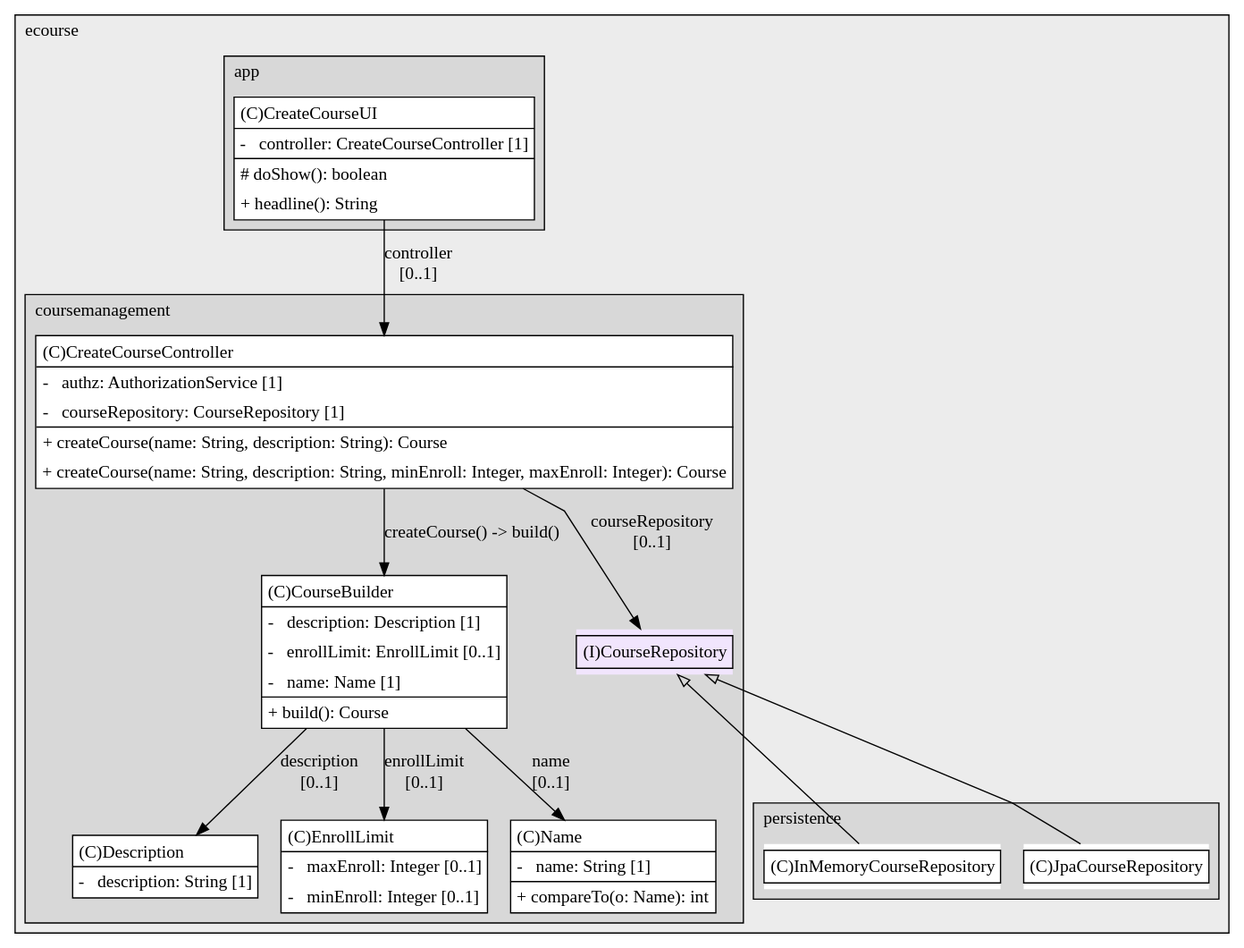
pedrocmesquita/eCourse keeps this PlantUML diagram as docs/us_1002/CreateCourseUI_CD.svg. Above is the earlier version. Its source is kept beside it as docs/us_1002/CreateCourseUI_CD.puml.
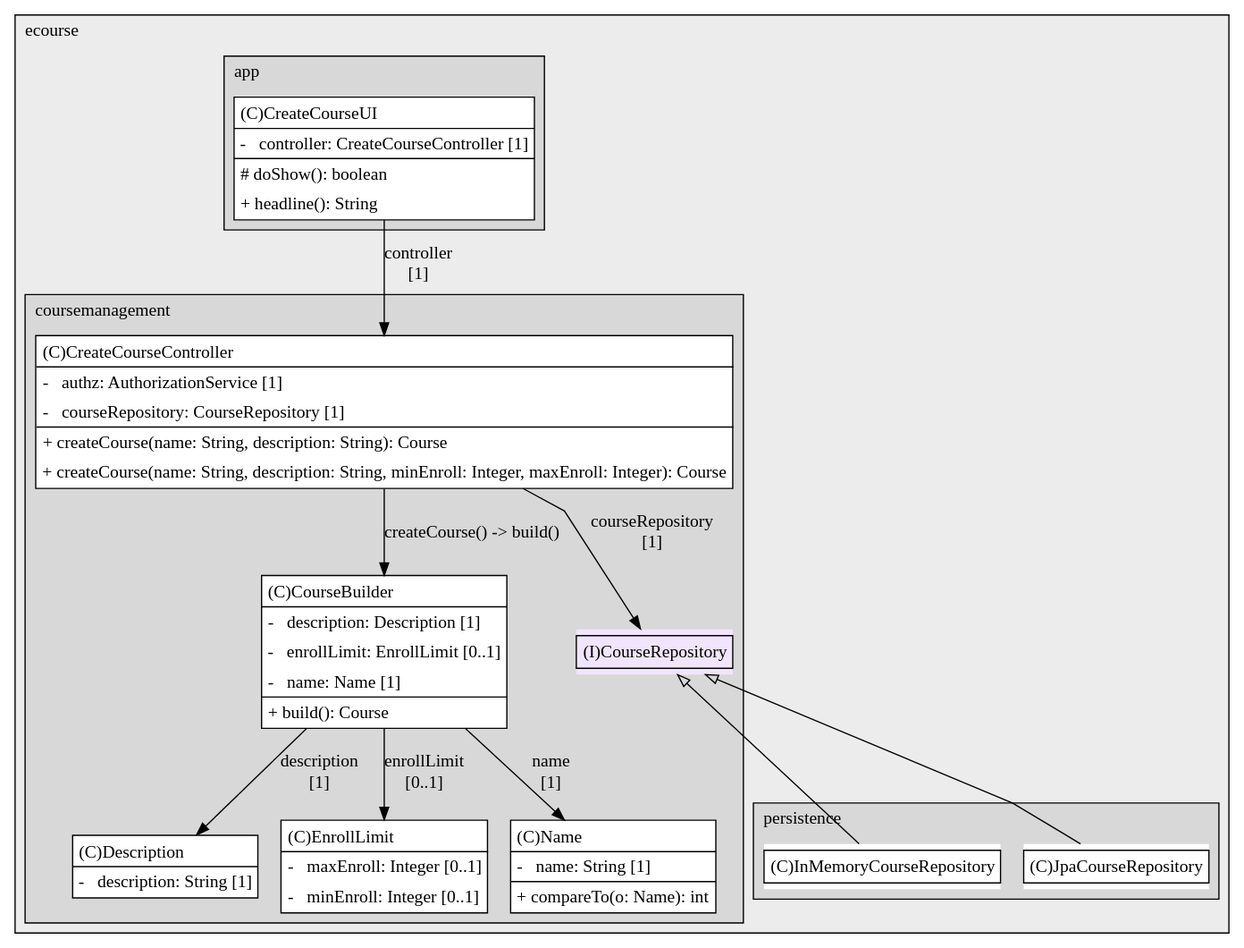
After the commit.

Commit message:
#2 Documentation update, refactor UI to remove code duplication, added course bootstrap

What changed in the source:
```diff
@@ -153,18 +153,18 @@
 }
 
 CourseBuilder1854509879 -> Description1854509879[label="description
-[0..1]"];
+[1]"];
 CourseBuilder1854509879 -> EnrollLimit1854509879[label="enrollLimit
 [0..1]"];
 CourseBuilder1854509879 -> Name1854509879[label="name
-[0..1]"];
+[1]"];
 CourseRepository816628141 -> InMemoryCourseRepository650943782[arrowhead=none, arrowtail=empty, dir=both];
 CourseRepository816628141 -> JpaCourseRepository1852613913[arrowhead=none, arrowtail=empty, dir=both];
 CreateCourseController427251605 -> CourseBuilder1854509879[label="createCourse() -> build()"];
 CreateCourseController427251605 -> CourseRepository816628141[label="courseRepository
-[0..1]"];
+[1]"];
 CreateCourseUI375150821 -> CreateCourseController427251605[label="controller
-[0..1]"];
+[1]"];
 
 }
 @enduml
```
